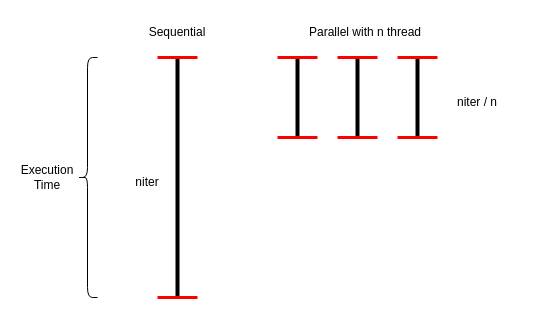
Before: ass2/Untitled Diagram.drawio in dondavan/HPC, a draw.io diagram. Source tidied: cells renumbered, new cells numbered last; positions are measured from the earlier drawing's top-left corner, leaving out a move shared by most shapes. Both pictures are drawn from the tidied source at 100%, with x=0, y=0 at pixel (17, 17).
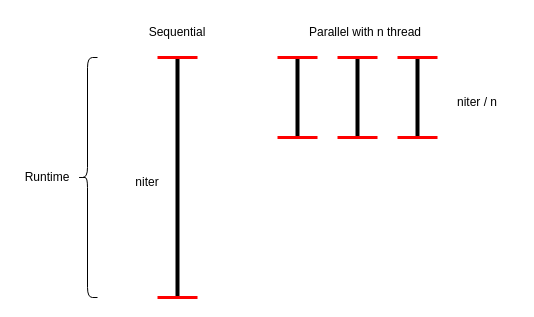
The same diagram, later.

Change to the diagram source:
```diff
@@
-    <mxCell id="19" value="Execution Time" style="text;html=1;strokeColor=none;fillColor=none;align=center;verticalAlign=middle;whiteSpace=wrap;rounded=0;" parent="1" vertex="1">
+    <mxCell id="19" value="Runtime" style="text;html=1;strokeColor=none;fillColor=none;align=center;verticalAlign=middle;whiteSpace=wrap;rounded=0;" parent="1" vertex="1">
       <mxGeometry y="145" width="60" height="30" as="geometry" />
     </mxCell>
```
